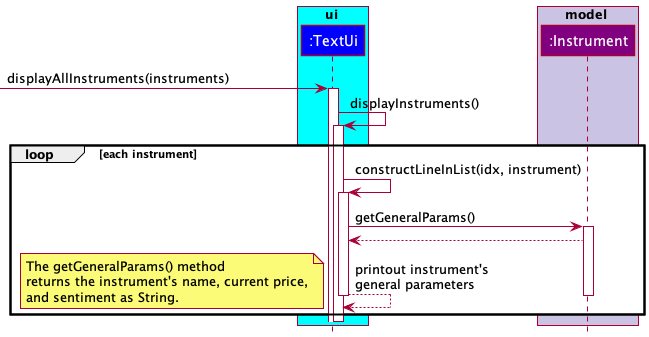
This is docs/images/TextUiDisplayInstrumentGeneralParams.png from williamlamjy/mTracker, a PlantUML export, as it was before one commit. The source it was exported from:
```plantuml
@startuml
!include Styles.puml

box ui COLOR_LIGHT_BLUE
participant ":TextUi" as TextUi COLOR_UI
end box

box model COLOR_MODEL_SEGMENT
participant ":Instrument" as Instrument COLOR_MODEL
end box

[-> TextUi : displayAllInstruments(instruments)
activate TextUi

TextUi -> TextUi : displayInstruments()
activate TextUi

    loop each instrument
        TextUi -> TextUi : constructLineInList(idx, instrument)
        activate TextUi

        TextUi -> Instrument : getGeneralParams()
        activate Instrument

        Instrument --> TextUi

        TextUi --> TextUi : printout instrument's \ngeneral parameters
        deactivate Instrument

        note bottom
        The getGeneralParams() method
        returns the instrument's name, current price,
        and sentiment as String.
        end note

        deactivate TextUi
end

deactivate TextUi


@enduml
```
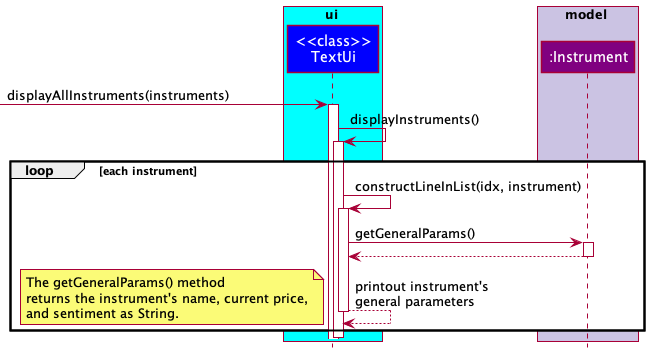
Above is the later version.

Change to the diagram source:
```diff
@@ -2,7 +2,7 @@
 !include Styles.puml
 
 box ui COLOR_LIGHT_BLUE
-participant ":TextUi" as TextUi COLOR_UI
+participant "<<class>>\nTextUi" as TextUi COLOR_UI
 end box
 
 box model COLOR_MODEL_SEGMENT
@@ -23,9 +23,9 @@
         activate Instrument
 
         Instrument --> TextUi
+        deactivate Instrument
 
         TextUi --> TextUi : printout instrument's \ngeneral parameters
-        deactivate Instrument
 
         note bottom
         The getGeneralParams() method
```
